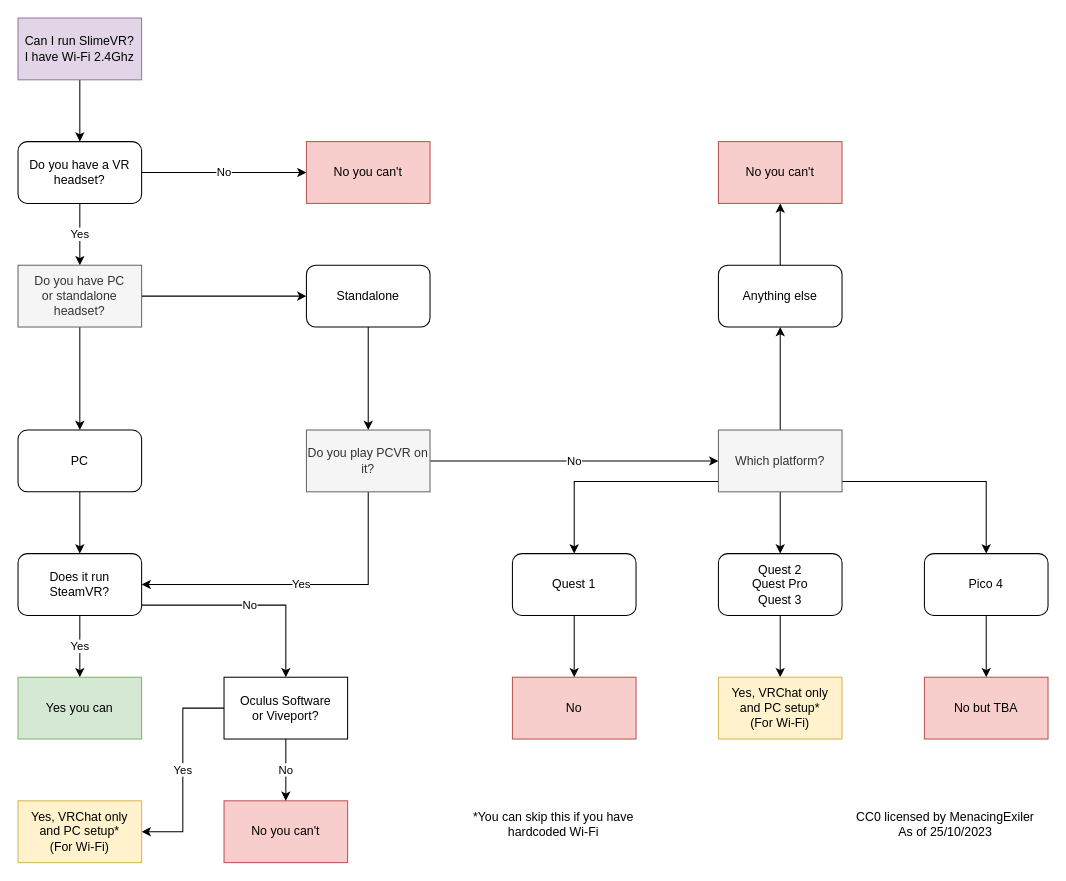
MenacingExiler/CanIRunSlimeVR keeps this draw.io diagram as SlimeGuide.drawio. Above is the earlier version. Source tidied: cells renumbered, new cells numbered last; positions are measured from the earlier drawing's top-left corner, leaving out a move shared by most shapes. Both pictures are drawn from the tidied source at 103%, with x=0, y=0 at pixel (18, 18).
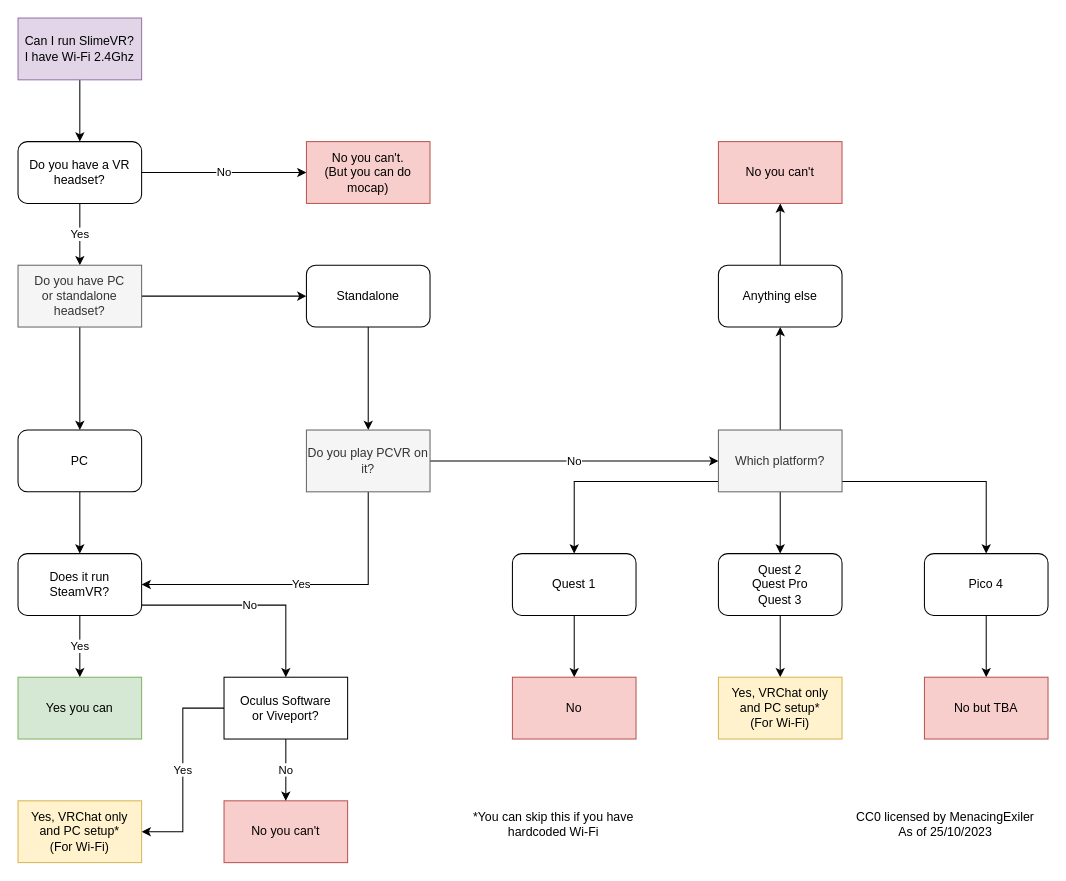
The same page after the edit.

Commit message:
Updated with mocap note

Change to the diagram source:
```diff
@@
-    <mxCell id="7" value="No you can't" style="rounded=0;whiteSpace=wrap;html=1;fillColor=#f8cecc;strokeColor=#b85450;" parent="1" vertex="1">
+    <mxCell id="7" value="No you can't.&lt;br&gt;(But you can do mocap)" style="rounded=0;whiteSpace=wrap;html=1;fillColor=#f8cecc;strokeColor=#b85450;" parent="1" vertex="1">
       <mxGeometry x="280" y="120" width="120" height="60" as="geometry" />
     </mxCell>
```
